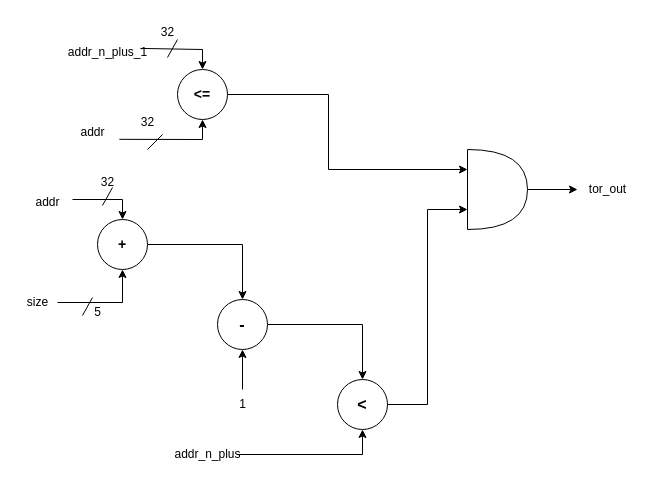
The draw.io diagram page "TOR" (1 of 3) of CEP/TOR.drawio in MuhammadBoota09299/Computer_Architecture_Lab, before the edit. Source tidied: cells renumbered, new cells numbered last; positions are measured from the earlier drawing's top-left corner, leaving out a move shared by most shapes. Both pictures are drawn from the tidied source at 100%, with x=0, y=0 at pixel (17, 17).
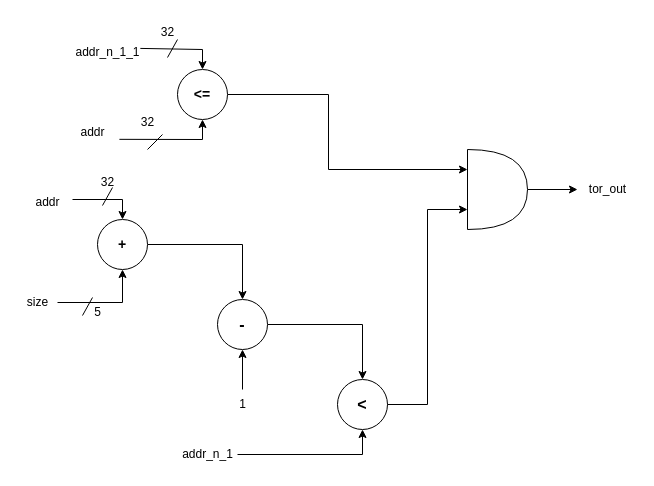
After the change.

What changed in the source:
```diff
@@
-    <mxCell id="13" value="addr_n_plus_1" style="text;html=1;align=center;verticalAlign=middle;points=[];strokeColor=none;fillColor=none;" parent="1" vertex="1">
+    <mxCell id="13" value="addr_n_1_1" style="text;html=1;align=center;verticalAlign=middle;points=[];strokeColor=none;fillColor=none;" parent="1" vertex="1">
       <mxGeometry x="55" y="20" width="70" height="30" as="geometry" />
     </mxCell>
@@
-    <mxCell id="26" value="addr_n_plus" style="text;html=1;align=center;verticalAlign=middle;points=[];strokeColor=none;fillColor=none;" parent="1" vertex="1">
+    <mxCell id="26" value="addr_n_1" style="text;html=1;align=center;verticalAlign=middle;points=[];strokeColor=none;fillColor=none;" parent="1" vertex="1">
       <mxGeometry x="160" y="422" width="60" height="30" as="geometry" />
     </mxCell>
```
